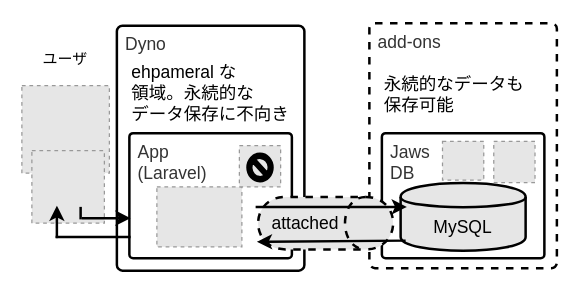
This is images/chap05/0052_DifferenceBetweenDynoAndAddOn.drawio from a6s-cloud/grouscope-books, a draw.io file, before an edit. Source tidied: cells renumbered, new cells numbered last; positions are measured from the earlier drawing's top-left corner, leaving out a move shared by most shapes. Both pictures are drawn from the tidied source at 125%, with x=0, y=0 at pixel (21, 22). Pictures stored in the file or linked from it are replaced by grey dashed boxes.
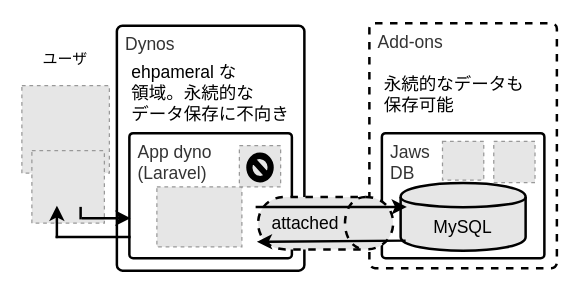
After the change.

What changed in the source:
```diff
@@
-    <mxCell id="2" value="&lt;font style=&quot;font-size: 14px&quot;&gt;Dyno&lt;/font&gt;" style="rounded=1;whiteSpace=wrap;html=1;fillColor=#FFFFFF;strokeColor=#000000;fontColor=#333333;strokeWidth=2;align=left;verticalAlign=top;arcSize=3;spacingLeft=5;spacingBottom=2;" parent="1" vertex="1">
+    <mxCell id="2" value="&lt;font style=&quot;font-size: 14px&quot;&gt;Dynos&lt;/font&gt;" style="rounded=1;whiteSpace=wrap;html=1;fillColor=#FFFFFF;strokeColor=#000000;fontColor=#333333;strokeWidth=2;align=left;verticalAlign=top;arcSize=3;spacingLeft=5;spacingBottom=2;" parent="1" vertex="1">
       <mxGeometry x="76" y="2" width="150" height="196" as="geometry" />
     </mxCell>
-    <mxCell id="3" value="&lt;font style=&quot;font-size: 14px&quot;&gt;add-ons&lt;/font&gt;" style="rounded=1;whiteSpace=wrap;html=1;fillColor=#FFFFFF;strokeColor=#000000;fontColor=#333333;strokeWidth=2;align=left;verticalAlign=top;arcSize=3;spacingLeft=5;spacingBottom=2;dashed=1;" parent="1" vertex="1">
+    <mxCell id="3" value="&lt;font style=&quot;font-size: 14px&quot;&gt;Add-ons&lt;/font&gt;" style="rounded=1;whiteSpace=wrap;html=1;fillColor=#FFFFFF;strokeColor=#000000;fontColor=#333333;strokeWidth=2;align=left;verticalAlign=top;arcSize=3;spacingLeft=5;spacingBottom=2;dashed=1;" parent="1" vertex="1">
       <mxGeometry x="278" width="150" height="196" as="geometry" />
     </mxCell>
-    <mxCell id="4" value="&lt;span style=&quot;font-size: 14px&quot;&gt;App&lt;br&gt;(Laravel)&lt;/span&gt;" style="rounded=1;whiteSpace=wrap;html=1;fillColor=#FFFFFF;strokeColor=#000000;fontColor=#333333;strokeWidth=2;align=left;verticalAlign=top;arcSize=3;spacingLeft=5;spacingBottom=2;" parent="1" vertex="1">
+    <mxCell id="4" value="&lt;span style=&quot;font-size: 14px&quot;&gt;App dyno&lt;br&gt;(Laravel)&lt;/span&gt;" style="rounded=1;whiteSpace=wrap;html=1;fillColor=#FFFFFF;strokeColor=#000000;fontColor=#333333;strokeWidth=2;align=left;verticalAlign=top;arcSize=3;spacingLeft=5;spacingBottom=2;" parent="1" vertex="1">
       <mxGeometry x="86" y="88" width="130" height="100" as="geometry" />
     </mxCell>
```
